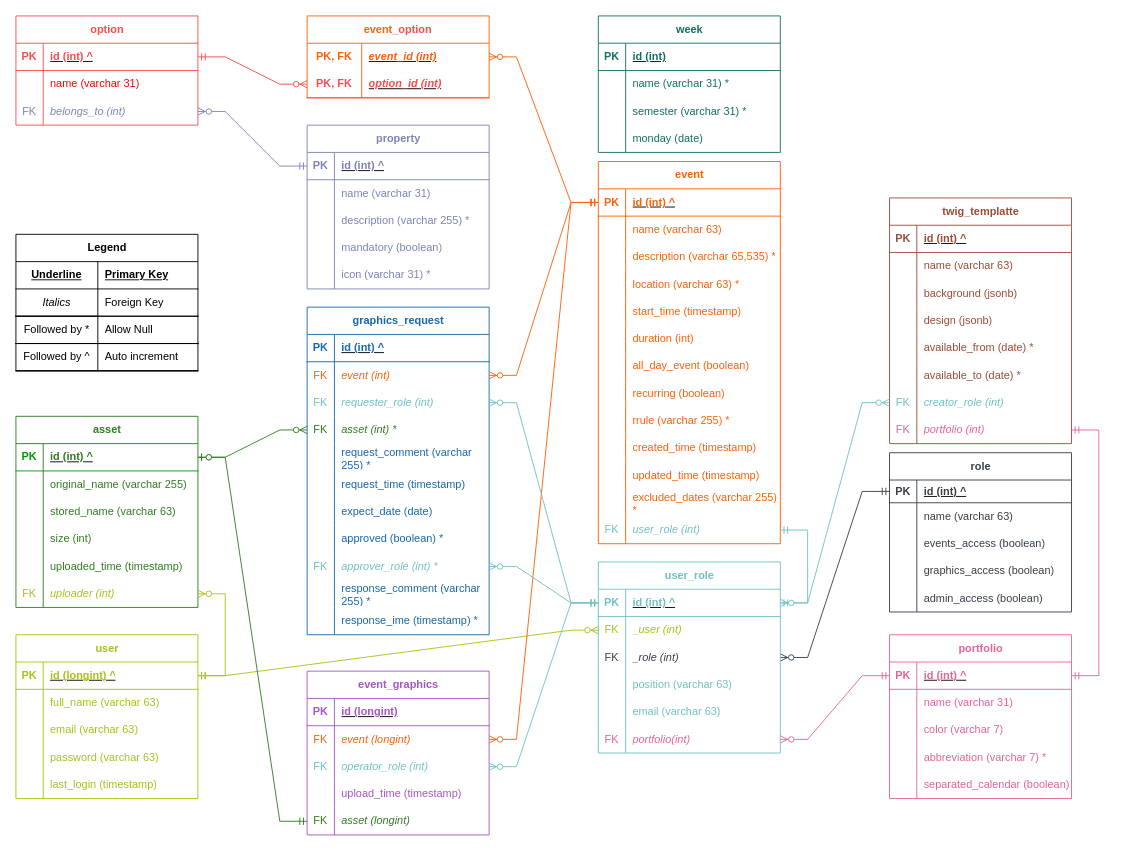
The draw.io diagram design/eTWIG.ER.drawio in stewebb/eTWIG, before the edit. Source tidied: cells renumbered, new cells numbered last; positions are measured from the earlier drawing's top-left corner, leaving out a move shared by most shapes. Both pictures are drawn from the tidied source at 91%, with x=0, y=0 at pixel (15, 15).
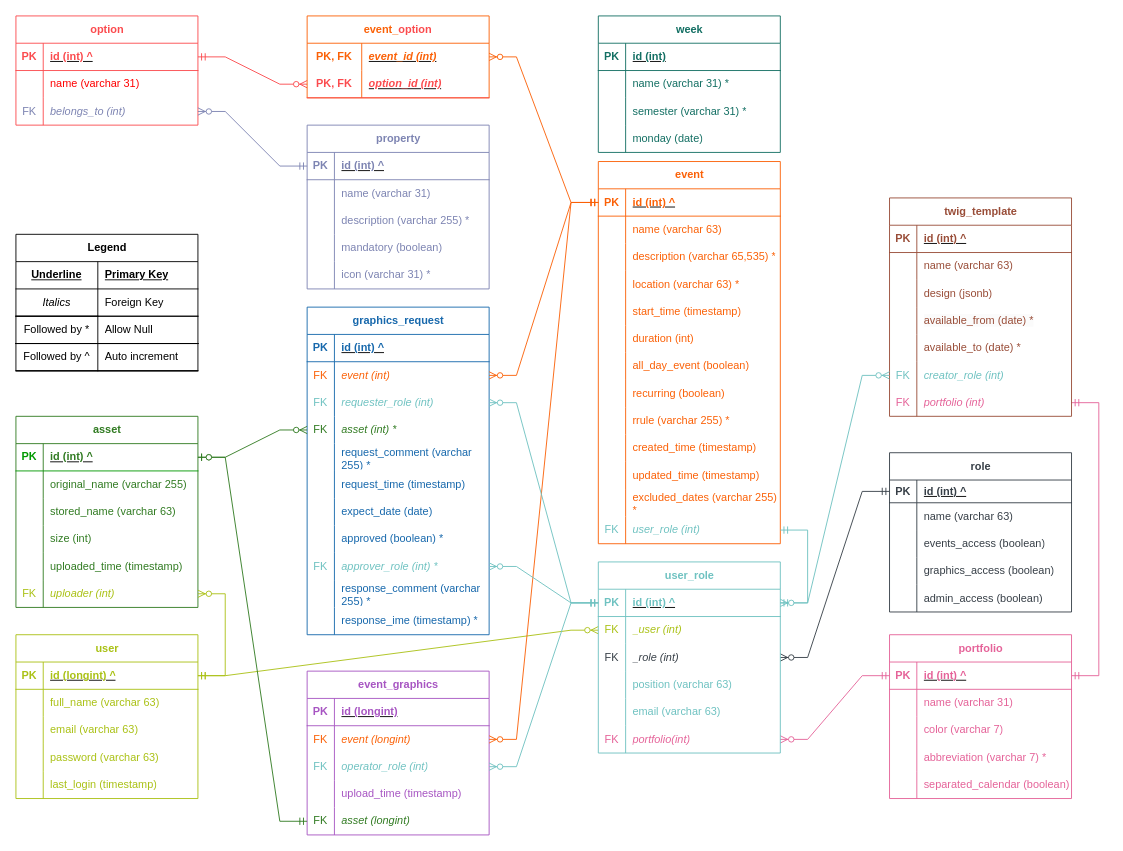
The same diagram, later.

Diff of the diagram source:
```diff
@@
-    <mxCell id="194" value="&lt;font color=&quot;#994d38&quot;&gt;twig_templatte&lt;/font&gt;" style="shape=table;startSize=30;childLayout=tableLayout;rowLines=0;fontStyle=1;align=center;html=1;strokeColor=#994D38;" parent="1" vertex="1">
-      <mxGeometry x="960" y="200" width="200" height="270" as="geometry" />
+    <mxCell id="194" value="&lt;font color=&quot;#994d38&quot;&gt;twig_template&lt;/font&gt;" style="shape=table;startSize=30;childLayout=tableLayout;rowLines=0;fontStyle=1;align=center;html=1;strokeColor=#994D38;" parent="1" vertex="1">
+      <mxGeometry x="960" y="200" width="200" height="240" as="geometry" />
     </mxCell>
@@
-    <mxCell id="201" style="shape=tableRow;horizontal=0;startSize=0;swimlaneHead=0;swimlaneBody=0;fillColor=none;top=0;left=0;right=0;bottom=0;" parent="194" vertex="1">
-      <mxGeometry y="90" width="200" height="30" as="geometry" />
-    </mxCell>
-    <mxCell id="202" style="shape=partialRectangle;fillColor=none;top=0;left=0;bottom=0;right=0;overflow=hidden;whiteSpace=wrap;html=1;" parent="201" vertex="1">
-      <mxGeometry width="30" height="30" as="geometry" />
-    </mxCell>
-    <mxCell id="203" value="&lt;font color=&quot;#994d38&quot;&gt;background (jsonb)&lt;/font&gt;" style="shape=partialRectangle;fillColor=none;top=0;left=0;bottom=0;right=0;align=left;spacingLeft=6;overflow=hidden;whiteSpace=wrap;html=1;" parent="201" vertex="1">
-      <mxGeometry x="30" width="170" height="30" as="geometry" />
-    </mxCell>
     <mxCell id="204" style="shape=tableRow;horizontal=0;startSize=0;swimlaneHead=0;swimlaneBody=0;fillColor=none;top=0;left=0;right=0;bottom=0;" parent="194" vertex="1">
-      <mxGeometry y="120" width="200" height="30" as="geometry" />
+      <mxGeometry y="90" width="200" height="30" as="geometry" />
     </mxCell>
@@
     <mxCell id="207" style="shape=tableRow;horizontal=0;startSize=0;swimlaneHead=0;swimlaneBody=0;fillColor=none;top=0;left=0;right=0;bottom=0;" parent="194" vertex="1">
-      <mxGeometry y="150" width="200" height="30" as="geometry" />
+      <mxGeometry y="120" width="200" height="30" as="geometry" />
     </mxCell>
@@
     <mxCell id="210" style="shape=tableRow;horizontal=0;startSize=0;swimlaneHead=0;swimlaneBody=0;fillColor=none;top=0;left=0;right=0;bottom=0;" parent="194" vertex="1">
-      <mxGeometry y="180" width="200" height="30" as="geometry" />
+      <mxGeometry y="150" width="200" height="30" as="geometry" />
     </mxCell>
@@
     <mxCell id="213" style="shape=tableRow;horizontal=0;startSize=0;swimlaneHead=0;swimlaneBody=0;fillColor=none;points=[[0,0.5],[1,0.5]];portConstraint=eastwest;top=0;left=0;right=0;bottom=0;" parent="194" vertex="1">
-      <mxGeometry y="210" width="200" height="30" as="geometry" />
+      <mxGeometry y="180" width="200" height="30" as="geometry" />
     </mxCell>
@@
     <mxCell id="216" style="shape=tableRow;horizontal=0;startSize=0;swimlaneHead=0;swimlaneBody=0;fillColor=none;points=[[0,0.5],[1,0.5]];portConstraint=eastwest;top=0;left=0;right=0;bottom=0;" parent="194" vertex="1">
-      <mxGeometry y="240" width="200" height="30" as="geometry" />
+      <mxGeometry y="210" width="200" height="30" as="geometry" />
     </mxCell>
```
